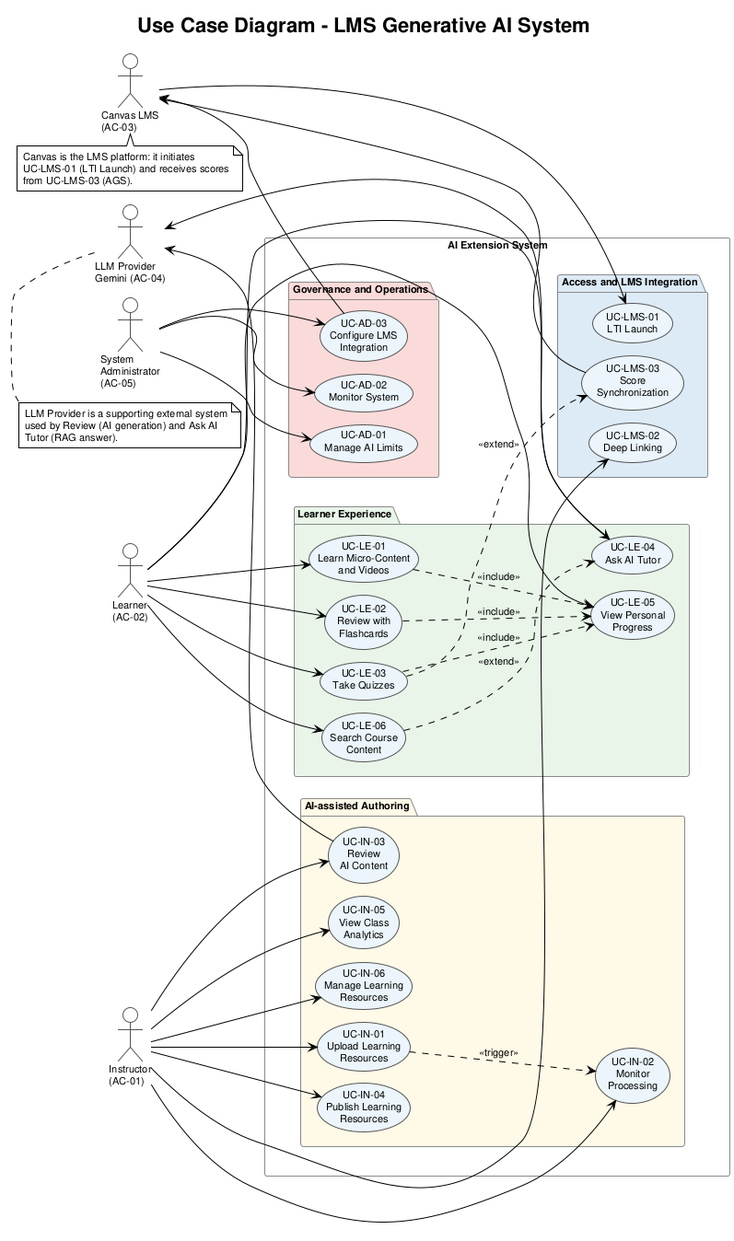
This is lvtn_en/diagrams/usecase_diagram.png from 252-DA/report, a PlantUML export, as it was before one commit.
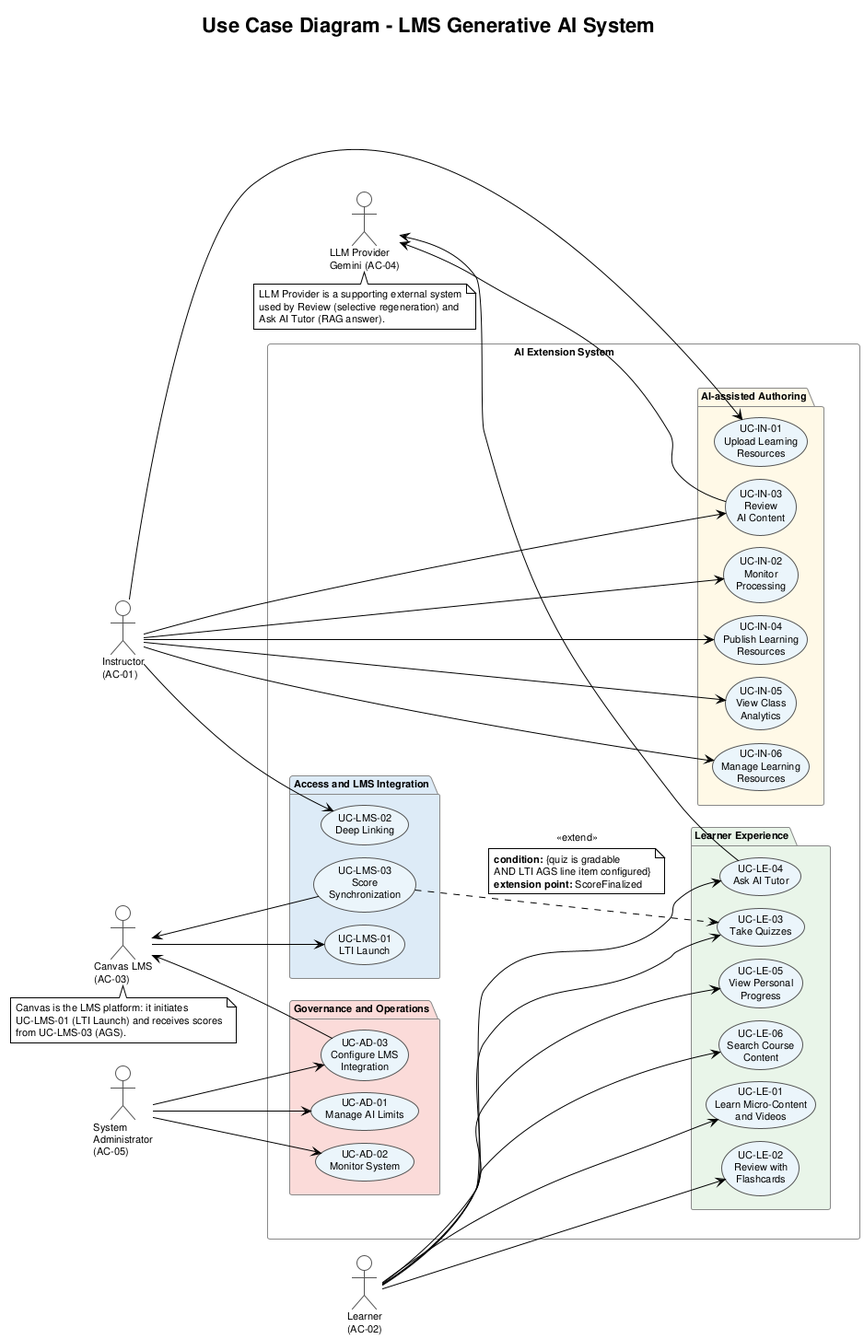
The same diagram one commit later.

What changed in the source:
```diff
@@ -80,12 +80,12 @@
 LLM <-- UC_Review
 LLM <-- UC_Chat
 
-UC_Upload ..> UC_Watch  : <<trigger>>
-UC_Quiz   ..> UC_AGS    : <<extend>>
-UC_Quiz   ..> UC_Progress : <<include>>
-UC_Learn  ..> UC_Progress : <<include>>
-UC_Flash  ..> UC_Progress : <<include>>
-UC_Search ..> UC_Chat : <<extend>>
+UC_AGS ..> UC_Quiz : <<extend>>
+note on link
+  <b>condition:</b> {quiz is gradable
+  AND LTI AGS line item configured}
+  <b>extension point:</b> ScoreFinalized
+end note
 
 note bottom of Canvas
   Canvas is the LMS platform: it initiates
@@ -95,8 +95,8 @@
 
 note bottom of LLM
   LLM Provider is a supporting external system
-  used by Review (AI generation) and Ask AI
-  Tutor (RAG answer).
+  used by Review (selective regeneration) and
+  Ask AI Tutor (RAG answer).
 end note
 
 @enduml
```
